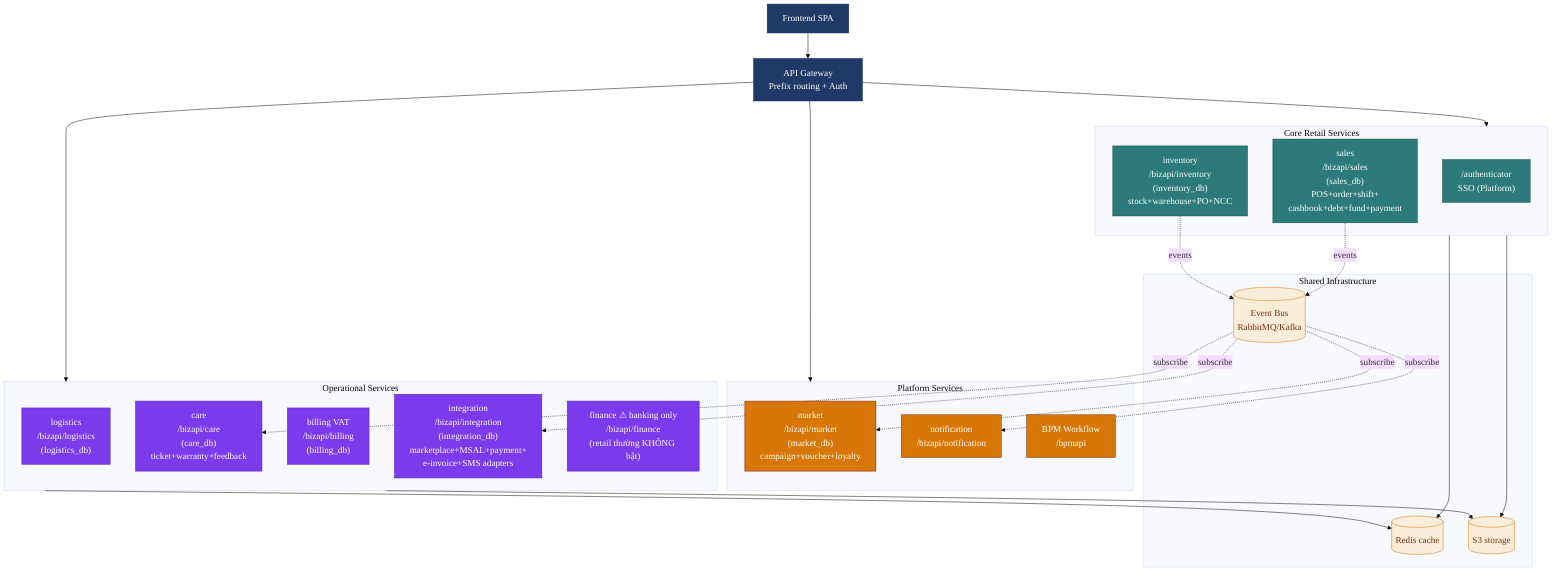
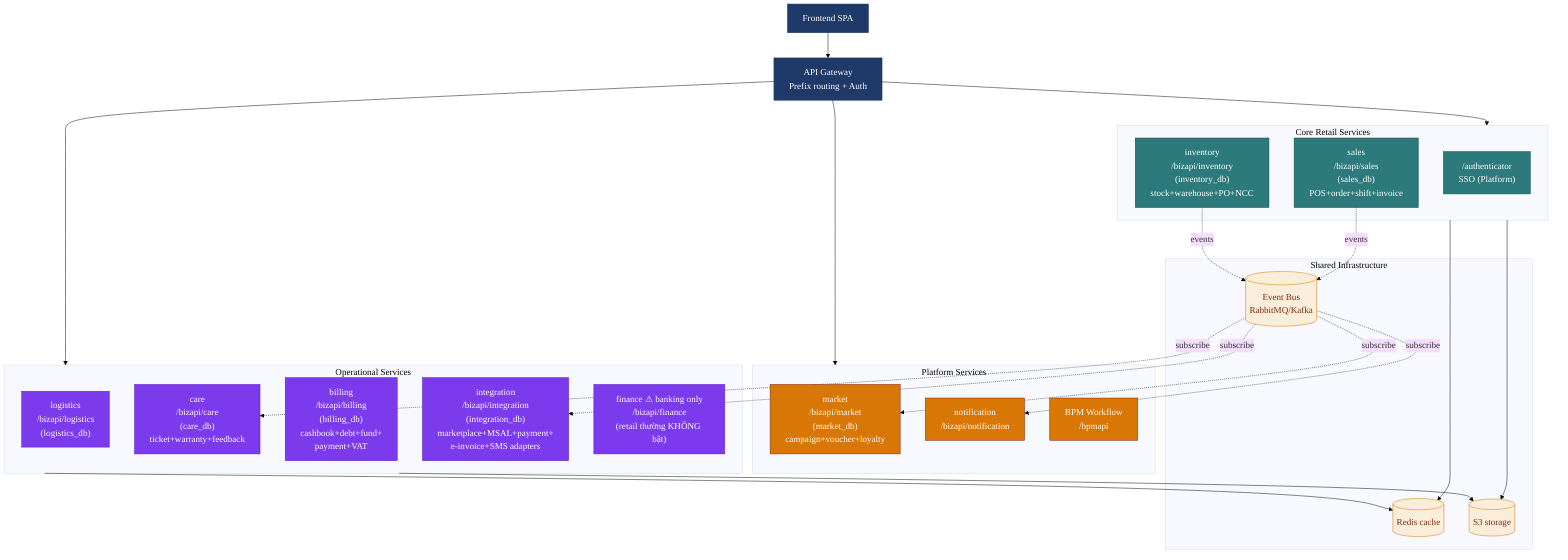
%%{init: {'theme':'base','themeVariables':{'fontFamily':'Calibri','fontSize':'18px'}}}%%
flowchart TB
    FE["Frontend SPA"]
    GW["API Gateway<br/>Prefix routing + Auth"]

    subgraph CORE["Core Retail Services"]
      AUTH["/authenticator<br/>SSO (Platform)"]
-       SALES["sales<br/>/bizapi/sales<br/>(sales_db)<br/>POS+order+shift+<br/>cashbook+debt+fund+payment"]
+       SALES["sales<br/>/bizapi/sales<br/>(sales_db)<br/>POS+order+shift+invoice"]
      INV["inventory<br/>/bizapi/inventory<br/>(inventory_db)<br/>stock+warehouse+PO+NCC"]
    end

    subgraph OPS["Operational Services"]
      LOG["logistics<br/>/bizapi/logistics<br/>(logistics_db)"]
      CARE["care<br/>/bizapi/care<br/>(care_db)<br/>ticket+warranty+feedback"]
-       BILL["billing VAT<br/>/bizapi/billing<br/>(billing_db)"]
+       BILL["billing<br/>/bizapi/billing<br/>(billing_db)<br/>cashbook+debt+fund+<br/>payment+VAT"]
      INTEG["integration<br/>/bizapi/integration<br/>(integration_db)<br/>marketplace+MSAL+payment+<br/>e-invoice+SMS adapters"]
      FIN["finance ⚠ banking only<br/>/bizapi/finance<br/>(retail thường KHÔNG bật)"]
    end

    subgraph PLAT["Platform Services"]
      MKT["market<br/>/bizapi/market<br/>(market_db)<br/>campaign+voucher+loyalty"]
      NOTIF["notification<br/>/bizapi/notification"]
      BPM["BPM Workflow<br/>/bpmapi"]
    end

    subgraph SHARED["Shared Infrastructure"]
      MQ[(Event Bus<br/>RabbitMQ/Kafka)]
      REDIS[(Redis cache)]
      S3[(S3 storage)]
    end

    FE --> GW
    GW --> CORE
    GW --> OPS
    GW --> PLAT

    SALES -.events.-> MQ
    INV -.events.-> MQ
    MQ -.subscribe.-> CARE
    MQ -.subscribe.-> NOTIF
    MQ -.subscribe.-> MKT
    MQ -.subscribe.-> INTEG

    CORE --> REDIS
    OPS --> REDIS
    CORE --> S3
    OPS --> S3

    classDef fe fill:#1F3A68,stroke:#1F3A68,color:#fff
    classDef core fill:#2C7A7B,stroke:#0F4C44,color:#fff
    classDef ops fill:#7C3AED,stroke:#5B21B6,color:#fff
    classDef plat fill:#D97706,stroke:#7C2D12,color:#fff
    classDef data fill:#FAEEDA,stroke:#D97706,color:#7C2D12

    class FE,GW fe
    class AUTH,SALES,INV core
    class LOG,CARE,BILL,INTEG,FIN ops
    class MKT,NOTIF,BPM plat
    class MQ,REDIS,S3 data
